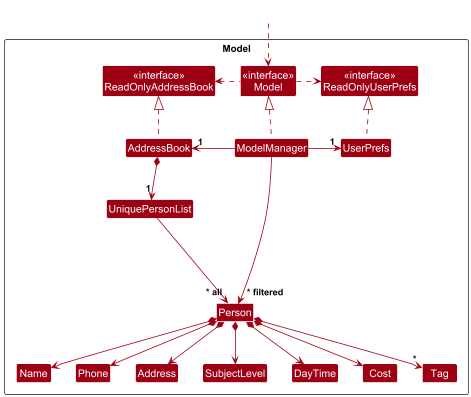
Earlier version of the PlantUML export docs/images/ModelClassDiagram.png (Cheeden/tp). The source it was exported from:
```plantuml
@startuml
!include style.puml
skinparam arrowThickness 1.1
skinparam arrowColor MODEL_COLOR
skinparam classBackgroundColor MODEL_COLOR

Package Model as ModelPackage <<Rectangle>>{
Class "<<interface>>\nReadOnlyAddressBook" as ReadOnlyAddressBook
Class "<<interface>>\nReadOnlyUserPrefs" as ReadOnlyUserPrefs
Class "<<interface>>\nModel" as Model
Class AddressBook
Class ModelManager
Class UserPrefs

Class UniquePersonList
Class Person
Class Address
Class Name
Class Phone
Class SubjectLevel
Class DayTime
Class Cost
Class Tag

Class I #FFFFFF
}

Class HiddenOutside #FFFFFF
HiddenOutside ..> Model

AddressBook .up.|> ReadOnlyAddressBook

ModelManager .up.|> Model
Model .right.> ReadOnlyUserPrefs
Model .left.> ReadOnlyAddressBook
ModelManager -left-> "1" AddressBook
ModelManager -right-> "1" UserPrefs
UserPrefs .up.|> ReadOnlyUserPrefs

AddressBook *--> "1" UniquePersonList
UniquePersonList --> "~* all" Person
Person *--> Name
Person *--> Phone
Person *--> Address
Person *--> SubjectLevel
Person *--> DayTime
Person *--> Cost
Person *--> "*" Tag

Person -[hidden]up--> I
UniquePersonList -[hidden]right-> I

Name -[hidden]right-> Phone
Phone -[hidden]right-> Address
Address -[hidden]right-> SubjectLevel
SubjectLevel -[hidden]right-> DayTime
DayTime -[hidden]right-> Cost

ModelManager --> "~* filtered" Person
@enduml
```
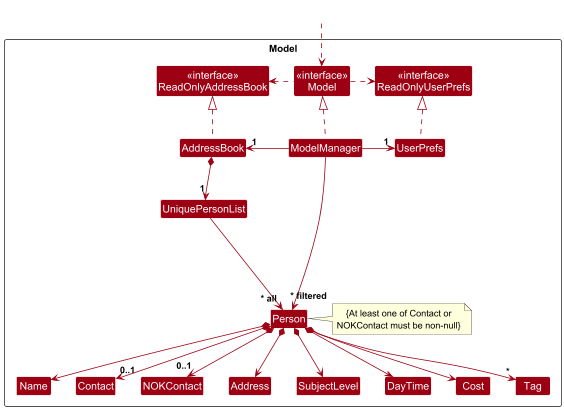
The same file after the commit.

Commit message:
Add NOK Contact into UML model diagram

What changed in the source:
```diff
@@ -14,9 +14,14 @@
 
 Class UniquePersonList
 Class Person
+note right
+{At least one of Contact or
+NOKContact must be non-null}
+end note
 Class Address
 Class Name
-Class Phone
+Class Contact
+Class NOKContact
 Class SubjectLevel
 Class DayTime
 Class Cost
@@ -40,7 +45,8 @@
 AddressBook *--> "1" UniquePersonList
 UniquePersonList --> "~* all" Person
 Person *--> Name
-Person *--> Phone
+Person *--> "0..1" Contact
+Person *--> "0..1" NOKContact
 Person *--> Address
 Person *--> SubjectLevel
 Person *--> DayTime
@@ -50,8 +56,9 @@
 Person -[hidden]up--> I
 UniquePersonList -[hidden]right-> I
 
-Name -[hidden]right-> Phone
-Phone -[hidden]right-> Address
+Name -[hidden]right-> Contact
+Contact -[hidden]right-> NOKContact
+NOKContact -[hidden]right-> Address
 Address -[hidden]right-> SubjectLevel
 SubjectLevel -[hidden]right-> DayTime
 DayTime -[hidden]right-> Cost
```
